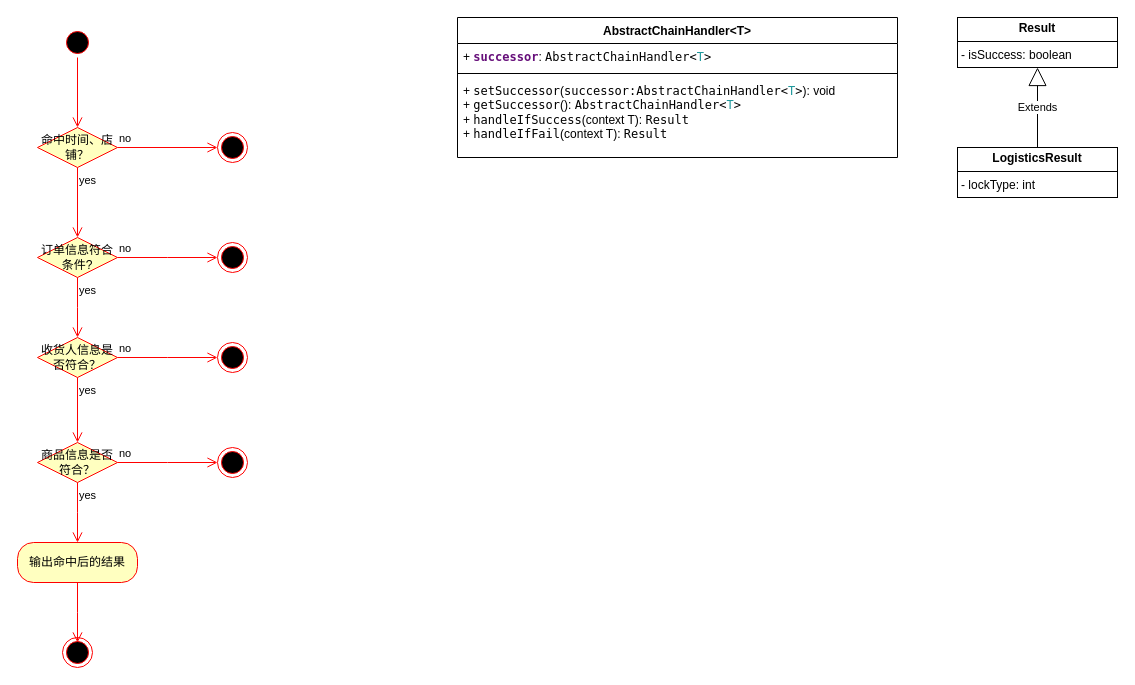
Above: chain.drawio in Holyangelmom/test (draw.io), before the change. Source tidied: cells renumbered, new cells numbered last; positions are measured from the earlier drawing's top-left corner, leaving out a move shared by most shapes. Both pictures are drawn from the tidied source at 100%, with x=0, y=0 at pixel (17, 17).
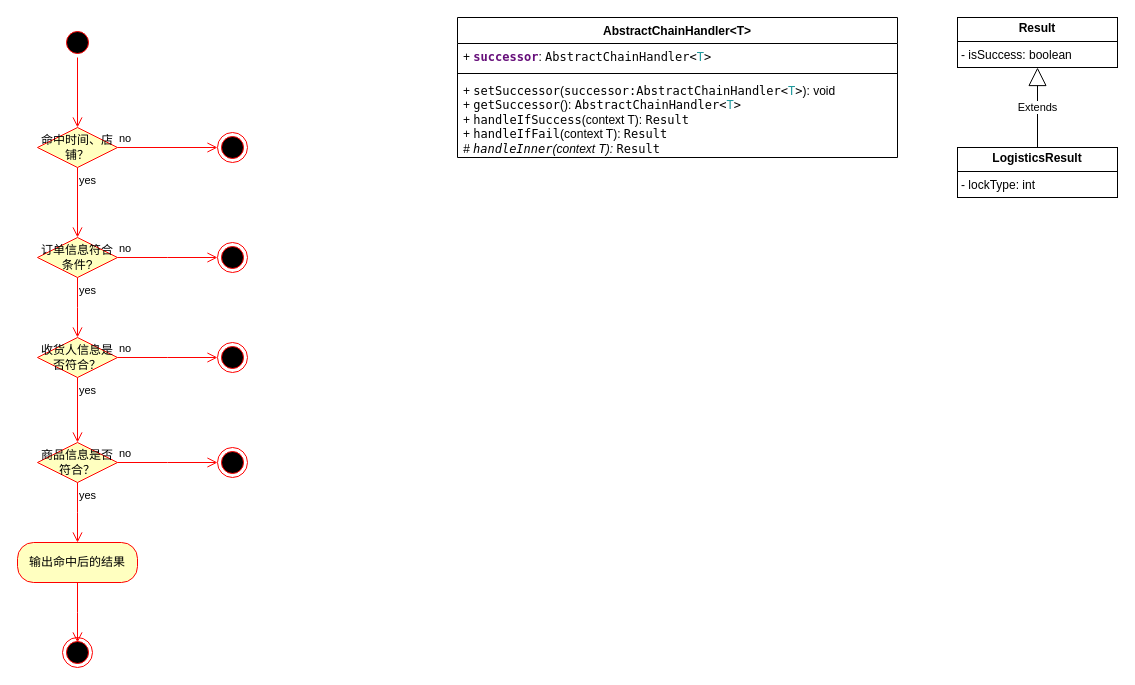
The same page after the edit.

The change refers to these unchanged cells:
```xml
<mxCell id="23" value="AbstractChainHandler&amp;lt;T&amp;gt;" style="swimlane;fontStyle=1;align=center;verticalAlign=top;horizontal=1;startSize=26;whiteSpace=wrap;html=1;" parent="1" vertex="1">
  <mxGeometry x="440" width="440" height="140" as="geometry" />
</mxCell>
```

Diff of the diagram source:
```diff
@@
-    <mxCell id="26" value="+&amp;nbsp;&lt;span style=&quot;background-color: rgb(255, 255, 255); font-family: Menlo; font-size: 9pt;&quot;&gt;setSuccessor&lt;/span&gt;&lt;span style=&quot;background-color: initial;&quot;&gt;(&lt;/span&gt;&lt;span style=&quot;background-color: rgb(255, 255, 255); font-family: Menlo; font-size: 9pt;&quot;&gt;successor:&lt;/span&gt;&lt;span style=&quot;font-size: 9pt; background-color: rgb(255, 255, 255); font-family: Menlo;&quot;&gt;AbstractChainHandler&amp;lt;&lt;/span&gt;&lt;span style=&quot;background-color: initial; font-size: 9pt; font-family: Menlo; color: rgb(32, 153, 157);&quot;&gt;T&lt;/span&gt;&lt;span style=&quot;font-size: 9pt; background-color: rgb(255, 255, 255); font-family: Menlo;&quot;&gt;&amp;gt;&lt;/span&gt;&lt;span style=&quot;background-color: initial;&quot;&gt;): void&lt;/span&gt;&lt;div&gt;+&amp;nbsp;&lt;span style=&quot;background-color: rgb(255, 255, 255); font-family: Menlo; font-size: 9pt;&quot;&gt;getSuccessor&lt;/span&gt;&lt;span style=&quot;background-color: initial;&quot;&gt;(&lt;/span&gt;&lt;span style=&quot;background-color: initial;&quot;&gt;):&amp;nbsp;&lt;/span&gt;&lt;span style=&quot;background-color: rgb(255, 255, 255); font-family: Menlo; font-size: 9pt;&quot;&gt;AbstractChainHandler&amp;lt;&lt;/span&gt;&lt;span style=&quot;font-family: Menlo; font-size: 9pt; color: rgb(32, 153, 157);&quot;&gt;T&lt;/span&gt;&lt;span style=&quot;background-color: rgb(255, 255, 255); font-family: Menlo; font-size: 9pt;&quot;&gt;&amp;gt;&lt;/span&gt;&lt;br&gt;&lt;/div&gt;&lt;div&gt;+&amp;nbsp;&lt;span style=&quot;background-color: rgb(255, 255, 255); font-family: Menlo; font-size: 9pt;&quot;&gt;handleIfSuccess&lt;/span&gt;&lt;span style=&quot;background-color: initial;&quot;&gt;(context T&lt;/span&gt;&lt;span style=&quot;background-color: initial;&quot;&gt;): &lt;/span&gt;&lt;font face=&quot;Menlo&quot;&gt;&lt;span style=&quot;background-color: rgb(255, 255, 255);&quot;&gt;Result&lt;/span&gt;&lt;/font&gt;&lt;br&gt;&lt;/div&gt;&lt;div&gt;+&amp;nbsp;&lt;span style=&quot;font-size: 9pt; background-color: rgb(255, 255, 255); font-family: Menlo;&quot;&gt;handleIfFail&lt;/span&gt;&lt;span style=&quot;background-color: initial;&quot;&gt;(context T&lt;/span&gt;&lt;span style=&quot;background-color: initial;&quot;&gt;):&amp;nbsp;&lt;/span&gt;&lt;font face=&quot;Menlo&quot;&gt;&lt;span style=&quot;background-color: rgb(255, 255, 255);&quot;&gt;Result&lt;/span&gt;&lt;/font&gt;&lt;font face=&quot;Menlo&quot;&gt;&lt;span style=&quot;background-color: rgb(255, 255, 255);&quot;&gt;&lt;br&gt;&lt;/span&gt;&lt;/font&gt;&lt;/div&gt;" style="text;strokeColor=none;fillColor=none;align=left;verticalAlign=top;spacingLeft=4;spacingRight=4;overflow=hidden;whiteSpace=wrap;html=1;" parent="23" vertex="1">
+    <mxCell id="26" value="+&amp;nbsp;&lt;span style=&quot;background-color: rgb(255, 255, 255); font-family: Menlo; font-size: 9pt;&quot;&gt;setSuccessor&lt;/span&gt;&lt;span style=&quot;background-color: initial;&quot;&gt;(&lt;/span&gt;&lt;span style=&quot;background-color: rgb(255, 255, 255); font-family: Menlo; font-size: 9pt;&quot;&gt;successor:&lt;/span&gt;&lt;span style=&quot;font-size: 9pt; background-color: rgb(255, 255, 255); font-family: Menlo;&quot;&gt;AbstractChainHandler&amp;lt;&lt;/span&gt;&lt;span style=&quot;background-color: initial; font-size: 9pt; font-family: Menlo; color: rgb(32, 153, 157);&quot;&gt;T&lt;/span&gt;&lt;span style=&quot;font-size: 9pt; background-color: rgb(255, 255, 255); font-family: Menlo;&quot;&gt;&amp;gt;&lt;/span&gt;&lt;span style=&quot;background-color: initial;&quot;&gt;): void&lt;/span&gt;&lt;div&gt;+&amp;nbsp;&lt;span style=&quot;background-color: rgb(255, 255, 255); font-family: Menlo; font-size: 9pt;&quot;&gt;getSuccessor&lt;/span&gt;&lt;span style=&quot;background-color: initial;&quot;&gt;(&lt;/span&gt;&lt;span style=&quot;background-color: initial;&quot;&gt;):&amp;nbsp;&lt;/span&gt;&lt;span style=&quot;background-color: rgb(255, 255, 255); font-family: Menlo; font-size: 9pt;&quot;&gt;AbstractChainHandler&amp;lt;&lt;/span&gt;&lt;span style=&quot;font-family: Menlo; font-size: 9pt; color: rgb(32, 153, 157);&quot;&gt;T&lt;/span&gt;&lt;span style=&quot;background-color: rgb(255, 255, 255); font-family: Menlo; font-size: 9pt;&quot;&gt;&amp;gt;&lt;/span&gt;&lt;br&gt;&lt;/div&gt;&lt;div&gt;+&amp;nbsp;&lt;span style=&quot;background-color: rgb(255, 255, 255); font-family: Menlo; font-size: 9pt;&quot;&gt;handleIfSuccess&lt;/span&gt;&lt;span style=&quot;background-color: initial;&quot;&gt;(context T&lt;/span&gt;&lt;span style=&quot;background-color: initial;&quot;&gt;): &lt;/span&gt;&lt;font face=&quot;Menlo&quot;&gt;&lt;span style=&quot;background-color: rgb(255, 255, 255);&quot;&gt;Result&lt;/span&gt;&lt;/font&gt;&lt;br&gt;&lt;/div&gt;&lt;div&gt;+&amp;nbsp;&lt;span style=&quot;font-size: 9pt; background-color: rgb(255, 255, 255); font-family: Menlo;&quot;&gt;handleIfFail&lt;/span&gt;&lt;span style=&quot;background-color: initial;&quot;&gt;(context T&lt;/span&gt;&lt;span style=&quot;background-color: initial;&quot;&gt;):&amp;nbsp;&lt;/span&gt;&lt;font face=&quot;Menlo&quot;&gt;&lt;span style=&quot;background-color: rgb(255, 255, 255);&quot;&gt;Result&lt;/span&gt;&lt;/font&gt;&lt;font face=&quot;Menlo&quot;&gt;&lt;span style=&quot;background-color: rgb(255, 255, 255);&quot;&gt;&lt;br&gt;&lt;/span&gt;&lt;/font&gt;&lt;/div&gt;&lt;div&gt;&lt;i&gt;#&amp;nbsp;&lt;span style=&quot;background-color: rgb(255, 255, 255); font-family: Menlo; font-size: 9pt;&quot;&gt;handleInner&lt;/span&gt;&lt;span style=&quot;background-color: initial;&quot;&gt;&lt;span style=&quot;background-color: initial;&quot;&gt;(context T&lt;/span&gt;&lt;span style=&quot;background-color: initial;&quot;&gt;):&amp;nbsp;&lt;/span&gt;&lt;/span&gt;&lt;/i&gt;&lt;span style=&quot;background-color: rgb(255, 255, 255); font-family: Menlo;&quot;&gt;Result&lt;/span&gt;&lt;br&gt;&lt;/div&gt;" style="text;strokeColor=none;fillColor=none;align=left;verticalAlign=top;spacingLeft=4;spacingRight=4;overflow=hidden;whiteSpace=wrap;html=1;" parent="23" vertex="1">
       <mxGeometry y="60" width="440" height="80" as="geometry" />
     </mxCell>
```
